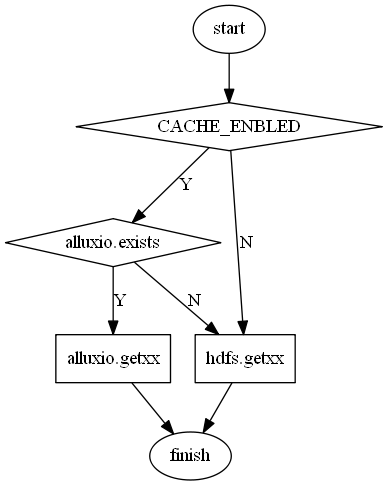
Earlier version of the Graphviz export alluxio/flow/delete.png (Jason0812/doc). Its source is kept beside it as alluxio/flow/delete.dot. Its diagram source:
```dot
digraph delete{
	CACHE_ENBLED[shape=diamond];
	start[shape=ellipse];
	isExistInAlluxio[shape=diamond, label="alluxio.exists"];
	inList[shape = diamond, label = "UserCacheList.inList"];
	finish[shape=ellipse];
	aDelete[shape = box, label ="alluxio.delete"];
	aDeleteFinish[shape = box, label ="alluxio.delete && return"]
	hDelete[shape = box, label = "hdfs.delete"];
	start -> CACHE_ENBLED;
	CACHE_ENBLED -> hDelete[label = "N"];
	CACHE_ENBLED -> isExistInAlluxio[label = "Y"];
	isExistInAlluxio -> inList[label = "Y"];
	isExistInAlluxio -> hDelete[label = "N"];
	inList -> aDeleteFinish[label = "Y"];
	aDeleteFinish -> finish;
	inList -> aDelete[label = "N"];
	aDelete -> hDelete;
	hDelete -> finish;
}
```
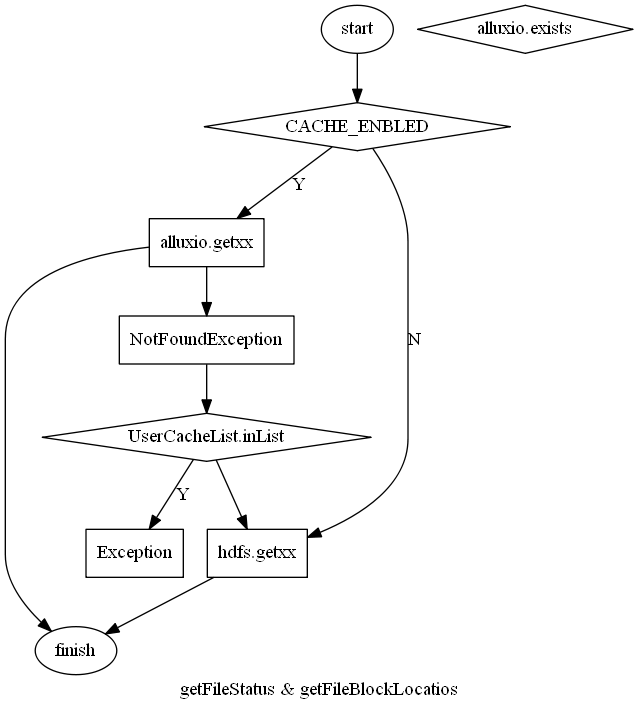
The same diagram one commit later.

The edit, as a diff of the source:
```diff
@@ -1,20 +1,18 @@
 digraph delete{
 	CACHE_ENBLED[shape=diamond];
 	start[shape=ellipse];
-	isExistInAlluxio[shape=diamond, label="alluxio.exists"];
 	inList[shape = diamond, label = "UserCacheList.inList"];
 	finish[shape=ellipse];
 	aDelete[shape = box, label ="alluxio.delete"];
-	aDeleteFinish[shape = box, label ="alluxio.delete && return"]
 	hDelete[shape = box, label = "hdfs.delete"];
+	NotFoundException[shape = box, label = "NotFoundException"];
+	Exception[shape = box, label = "Exception"];
 	start -> CACHE_ENBLED;
 	CACHE_ENBLED -> hDelete[label = "N"];
-	CACHE_ENBLED -> isExistInAlluxio[label = "Y"];
-	isExistInAlluxio -> inList[label = "Y"];
-	isExistInAlluxio -> hDelete[label = "N"];
-	inList -> aDeleteFinish[label = "Y"];
-	aDeleteFinish -> finish;
-	inList -> aDelete[label = "N"];
-	aDelete -> hDelete;
+	CACHE_ENBLED -> aDelete[label = "Y"];
+	aDelete -> NotFoundException[label = "Y"];
+	NotFoundException -> inList;
+	inList -> Exception[label = "Y"];
+	inList -> hDelete[label = "N"];
 	hDelete -> finish;
 }
```
